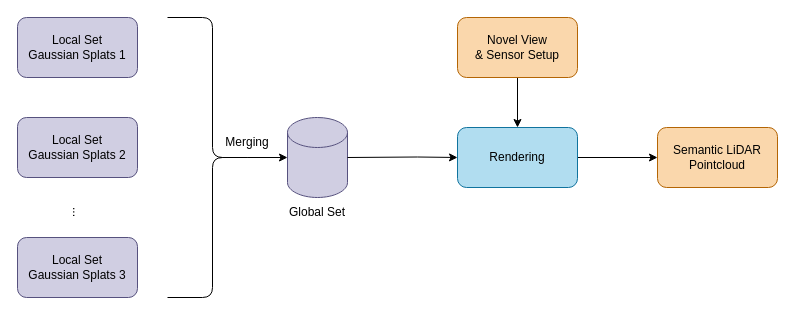
The draw.io diagram figures/methods/block_gs/merging_high_level.drawio in MtzgrSaerdna/figures_masterthesis, before the edit. Source tidied: cells renumbered, new cells numbered last; positions are measured from the earlier drawing's top-left corner, leaving out a move shared by most shapes. Both pictures are drawn from the tidied source at 100%, with x=0, y=0 at pixel (17, 17).
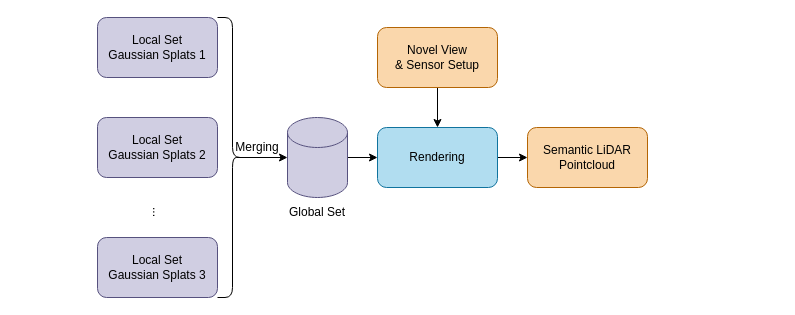
The same page after the edit.

Diff of the diagram source:
```diff
@@
 <mxGraphModel>
   <root>
     <mxCell id="0" />
     <mxCell id="1" parent="0" />
     <mxCell id="2" value="Local Set&lt;br&gt;Gaussian Splats 1" style="rounded=1;whiteSpace=wrap;html=1;fillColor=#d0cee2;strokeColor=#56517e;" parent="1" vertex="1">
-      <mxGeometry width="120" height="60" as="geometry" />
+      <mxGeometry x="80" width="120" height="60" as="geometry" />
     </mxCell>
     <mxCell id="3" value="Local Set&lt;br&gt;Gaussian Splats 2" style="rounded=1;whiteSpace=wrap;html=1;fillColor=#d0cee2;strokeColor=#56517e;" parent="1" vertex="1">
-      <mxGeometry y="100" width="120" height="60" as="geometry" />
+      <mxGeometry x="80" y="100" width="120" height="60" as="geometry" />
     </mxCell>
     <mxCell id="4" value="Local Set&lt;br&gt;Gaussian Splats 3" style="rounded=1;whiteSpace=wrap;html=1;fillColor=#d0cee2;strokeColor=#56517e;" parent="1" vertex="1">
-      <mxGeometry y="220" width="120" height="60" as="geometry" />
+      <mxGeometry x="80" y="220" width="120" height="60" as="geometry" />
     </mxCell>
     <mxCell id="5" value="..." style="text;html=1;whiteSpace=wrap;strokeColor=none;fillColor=none;align=center;verticalAlign=middle;rounded=0;rotation=90;" parent="1" vertex="1">
-      <mxGeometry x="30" y="180" width="60" height="30" as="geometry" />
+      <mxGeometry x="110" y="180" width="60" height="30" as="geometry" />
     </mxCell>
-    <mxCell id="6" style="edgeStyle=orthogonalEdgeStyle;rounded=0;jettySize=auto;html=1;exitX=0.1;exitY=0.5;exitDx=0;exitDy=0;exitPerimeter=0;" parent="1" edge="1" source="7" target="8">
-      <mxGeometry relative="1" as="geometry" />
-    </mxCell>
-    <mxCell id="7" style="shape=curlyBracket;whiteSpace=wrap;html=1;rounded=1;flipH=1;labelPosition=right;verticalLabelPosition=middle;align=left;verticalAlign=middle;" parent="1" vertex="1">
-      <mxGeometry x="150" width="90" height="280" as="geometry" />
-    </mxCell>
+    <mxCell id="13" style="edgeStyle=orthogonalEdgeStyle;rounded=0;jettySize=auto;html=1;" parent="1" edge="1" source="8" target="15">
+      <mxGeometry relative="1" as="geometry" />
+    </mxCell>
     <mxCell id="8" style="shape=cylinder3;whiteSpace=wrap;html=1;boundedLbl=1;backgroundOutline=1;size=15;fillColor=#d0cee2;strokeColor=#56517e;" parent="1" vertex="1">
       <mxGeometry x="270" y="100" width="60" height="80" as="geometry" />
     </mxCell>
-    <mxCell id="9" value="Merging" style="text;html=1;whiteSpace=wrap;strokeColor=none;fillColor=none;align=center;verticalAlign=middle;rounded=0;" parent="1" vertex="1">
-      <mxGeometry x="200" y="110" width="60" height="30" as="geometry" />
+    <mxCell id="9" value="Merging" style="text;html=1;whiteSpace=wrap;strokeColor=none;fillColor=none;align=center;verticalAlign=middle;rounded=0;fontSize=12;" parent="1" vertex="1">
+      <mxGeometry x="210" y="115" width="60" height="30" as="geometry" />
     </mxCell>
     <mxCell id="10" value="Global Set" style="text;html=1;whiteSpace=wrap;strokeColor=none;fillColor=none;align=center;verticalAlign=middle;rounded=0;" parent="1" vertex="1">
       <mxGeometry x="270" y="180" width="60" height="30" as="geometry" />
     </mxCell>
     <mxCell id="11" style="edgeStyle=orthogonalEdgeStyle;rounded=0;jettySize=auto;html=1;" parent="1" edge="1" source="12" target="15">
       <mxGeometry relative="1" as="geometry" />
     </mxCell>
     <mxCell id="12" value="Novel View&lt;br&gt;&amp;amp; Sensor Setup" style="rounded=1;whiteSpace=wrap;html=1;fillColor=#fad7ac;strokeColor=#b46504;" parent="1" vertex="1">
-      <mxGeometry x="440" width="120" height="60" as="geometry" />
+      <mxGeometry x="360" y="10" width="120" height="60" as="geometry" />
     </mxCell>
-    <mxCell id="13" style="endArrow=classic;html=1;rounded=0;entryX=0;entryY=0.5;entryDx=0;entryDy=0;exitX=1;exitY=0.5;exitDx=0;exitDy=0;exitPerimeter=0;" parent="1" edge="1" source="8" target="15">
-      <mxGeometry relative="1" as="geometry">
-        <Array as="points">
-          <mxPoint x="400" y="139.5" />
-        </Array>
-      </mxGeometry>
-    </mxCell>
     <mxCell id="14" style="edgeStyle=orthogonalEdgeStyle;rounded=0;jettySize=auto;html=1;" parent="1" edge="1" source="15" target="16">
       <mxGeometry relative="1" as="geometry" />
     </mxCell>
     <mxCell id="15" value="Rendering" style="rounded=1;whiteSpace=wrap;html=1;fillColor=#b1ddf0;strokeColor=#10739e;" parent="1" vertex="1">
-      <mxGeometry x="440" y="110" width="120" height="60" as="geometry" />
+      <mxGeometry x="360" y="110" width="120" height="60" as="geometry" />
     </mxCell>
     <mxCell id="16" value="Semantic LiDAR Pointcloud" style="rounded=1;whiteSpace=wrap;html=1;fillColor=#fad7ac;strokeColor=#b46504;" parent="1" vertex="1">
-      <mxGeometry x="640" y="110" width="120" height="60" as="geometry" />
+      <mxGeometry x="510" y="110" width="120" height="60" as="geometry" />
     </mxCell>
+    <mxCell id="17" style="shape=curlyBracket;whiteSpace=wrap;html=1;rounded=1;flipH=1;labelPosition=right;verticalLabelPosition=middle;align=left;verticalAlign=middle;" parent="1" vertex="1">
+      <mxGeometry x="200" width="30" height="280" as="geometry" />
+    </mxCell>
+    <mxCell id="18" style="edgeStyle=orthogonalEdgeStyle;rounded=0;jettySize=auto;html=1;exitX=0.1;exitY=0.5;exitDx=0;exitDy=0;exitPerimeter=0;entryX=0;entryY=0.5;entryDx=0;entryDy=0;entryPerimeter=0;" parent="1" edge="1" source="17" target="8">
+      <mxGeometry relative="1" as="geometry" />
+    </mxCell>
   </root>
 </mxGraphModel>
```
